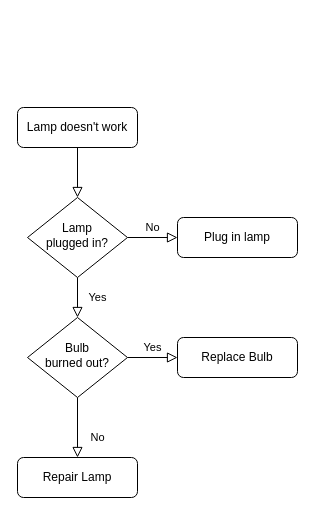
Before: C188 Flowchart Diagram.drawio in smithevanb/smithevanb, a draw.io diagram. Source tidied: cells renumbered, new cells numbered last; positions are measured from the earlier drawing's top-left corner, leaving out a move shared by most shapes. Both pictures are drawn from the tidied source at 100%, with x=0, y=0 at pixel (17, 107).
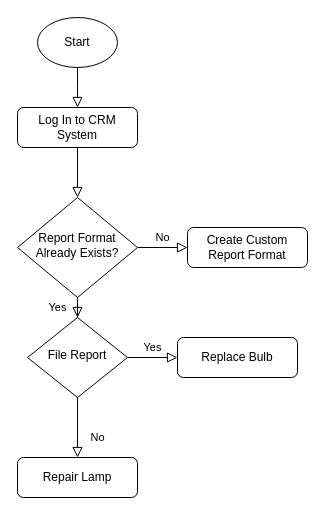
The same page after the edit.

What changed in the source:
```diff
@@
 <mxGraphModel>
   <root>
     <mxCell id="0" />
     <mxCell id="1" parent="0" />
     <mxCell id="2" style="rounded=0;html=1;jettySize=auto;fontSize=11;endArrow=block;endFill=0;endSize=8;strokeWidth=1;shadow=0;labelBackgroundColor=none;edgeStyle=orthogonalEdgeStyle;" parent="1" edge="1" source="3" target="6">
       <mxGeometry relative="1" as="geometry" />
     </mxCell>
-    <mxCell id="3" value="Lamp doesn't work" style="rounded=1;whiteSpace=wrap;html=1;fontSize=12;glass=0;strokeWidth=1;shadow=0;" parent="1" vertex="1">
+    <mxCell id="3" value="Log In to CRM System" style="rounded=1;whiteSpace=wrap;html=1;fontSize=12;glass=0;strokeWidth=1;shadow=0;" parent="1" vertex="1">
       <mxGeometry width="120" height="40" as="geometry" />
     </mxCell>
     <mxCell id="4" value="Yes" style="rounded=0;html=1;jettySize=auto;fontSize=11;endArrow=block;endFill=0;endSize=8;strokeWidth=1;shadow=0;labelBackgroundColor=none;edgeStyle=orthogonalEdgeStyle;" parent="1" edge="1" source="6" target="10">
       <mxGeometry y="20" relative="1" as="geometry" />
     </mxCell>
     <mxCell id="5" value="No" style="edgeStyle=orthogonalEdgeStyle;rounded=0;html=1;jettySize=auto;fontSize=11;endArrow=block;endFill=0;endSize=8;strokeWidth=1;shadow=0;labelBackgroundColor=none;" parent="1" edge="1" source="6" target="7">
       <mxGeometry y="10" relative="1" as="geometry" />
     </mxCell>
-    <mxCell id="6" value="Lamp&lt;br&gt;plugged in?" style="rhombus;whiteSpace=wrap;html=1;shadow=0;fontFamily=Helvetica;fontSize=12;align=center;strokeWidth=1;spacing=6;spacingTop=-4;" parent="1" vertex="1">
-      <mxGeometry x="10" y="90" width="100" height="80" as="geometry" />
+    <mxCell id="6" value="Report Format Already Exists?" style="rhombus;whiteSpace=wrap;html=1;shadow=0;fontFamily=Helvetica;fontSize=12;align=center;strokeWidth=1;spacing=6;spacingTop=-4;" parent="1" vertex="1">
+      <mxGeometry y="90" width="120" height="100" as="geometry" />
     </mxCell>
-    <mxCell id="7" value="Plug in lamp" style="rounded=1;whiteSpace=wrap;html=1;fontSize=12;glass=0;strokeWidth=1;shadow=0;" parent="1" vertex="1">
-      <mxGeometry x="160" y="110" width="120" height="40" as="geometry" />
+    <mxCell id="7" value="Create Custom Report Format" style="rounded=1;whiteSpace=wrap;html=1;fontSize=12;glass=0;strokeWidth=1;shadow=0;" parent="1" vertex="1">
+      <mxGeometry x="170" y="120" width="120" height="40" as="geometry" />
     </mxCell>
     <mxCell id="8" value="No" style="rounded=0;html=1;jettySize=auto;fontSize=11;endArrow=block;endFill=0;endSize=8;strokeWidth=1;shadow=0;labelBackgroundColor=none;edgeStyle=orthogonalEdgeStyle;" parent="1" edge="1" source="10" target="11">
       <mxGeometry x="0.33" y="20" relative="1" as="geometry" />
     </mxCell>
     <mxCell id="9" value="Yes" style="edgeStyle=orthogonalEdgeStyle;rounded=0;html=1;jettySize=auto;fontSize=11;endArrow=block;endFill=0;endSize=8;strokeWidth=1;shadow=0;labelBackgroundColor=none;" parent="1" edge="1" source="10" target="12">
       <mxGeometry y="10" relative="1" as="geometry" />
     </mxCell>
-    <mxCell id="10" value="Bulb&lt;br&gt;burned out?" style="rhombus;whiteSpace=wrap;html=1;shadow=0;fontFamily=Helvetica;fontSize=12;align=center;strokeWidth=1;spacing=6;spacingTop=-4;" parent="1" vertex="1">
+    <mxCell id="10" value="File Report" style="rhombus;whiteSpace=wrap;html=1;shadow=0;fontFamily=Helvetica;fontSize=12;align=center;strokeWidth=1;spacing=6;spacingTop=-4;" parent="1" vertex="1">
       <mxGeometry x="10" y="210" width="100" height="80" as="geometry" />
     </mxCell>
     <mxCell id="11" value="Repair Lamp" style="rounded=1;whiteSpace=wrap;html=1;fontSize=12;glass=0;strokeWidth=1;shadow=0;" parent="1" vertex="1">
       <mxGeometry y="350" width="120" height="40" as="geometry" />
     </mxCell>
     <mxCell id="12" value="Replace Bulb" style="rounded=1;whiteSpace=wrap;html=1;fontSize=12;glass=0;strokeWidth=1;shadow=0;" parent="1" vertex="1">
       <mxGeometry x="160" y="230" width="120" height="40" as="geometry" />
     </mxCell>
+    <mxCell id="13" value="Start" style="ellipse;whiteSpace=wrap;html=1;" parent="1" vertex="1">
+      <mxGeometry x="20" y="-90" width="80" height="50" as="geometry" />
+    </mxCell>
+    <mxCell id="14" style="rounded=0;html=1;jettySize=auto;fontSize=11;endArrow=block;endFill=0;endSize=8;strokeWidth=1;shadow=0;labelBackgroundColor=none;edgeStyle=orthogonalEdgeStyle;exitX=0.5;exitY=1;exitDx=0;exitDy=0;" parent="1" edge="1" source="13">
+      <mxGeometry relative="1" as="geometry">
+        <mxPoint x="60" as="targetPoint" />
+      </mxGeometry>
+    </mxCell>
   </root>
 </mxGraphModel>
```
